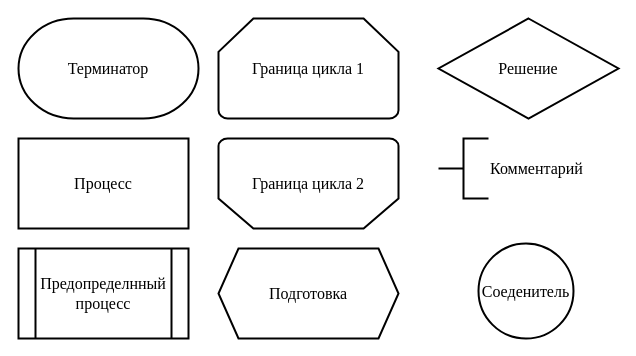
The draw.io diagram base alghoritms.drawio in lenferer/draw.io, before the edit. Source tidied: cells renumbered, new cells numbered last; positions are measured from the earlier drawing's top-left corner, leaving out a move shared by most shapes. Both pictures are drawn from the tidied source at 100%, with x=0, y=0 at pixel (18, 18).
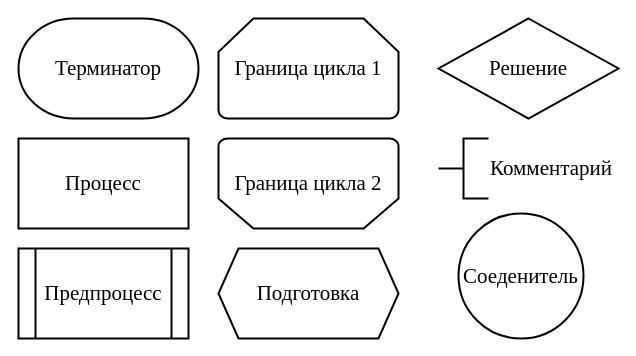
Above is the later version.

Diff of the diagram source:
```diff
@@
 <mxGraphModel>
   <root>
     <mxCell id="0" />
     <mxCell id="1" parent="0" />
-    <mxCell id="2" value="Терминатор" style="strokeWidth=2;html=1;shape=mxgraph.flowchart.terminator;whiteSpace=wrap;fontFamily=Times New Roman;fontSize=16;" parent="1" vertex="1">
+    <mxCell id="2" value="Терминатор" style="strokeWidth=2;html=1;shape=mxgraph.flowchart.terminator;whiteSpace=wrap;fontFamily=Times New Roman;fontSize=21;" parent="1" vertex="1">
       <mxGeometry width="180" height="100" as="geometry" />
     </mxCell>
-    <mxCell id="3" value="Процесс" style="rounded=0;whiteSpace=wrap;html=1;strokeWidth=2;fontFamily=Times New Roman;fontSize=16;" parent="1" vertex="1">
+    <mxCell id="3" value="Процесс" style="rounded=0;whiteSpace=wrap;html=1;strokeWidth=2;fontFamily=Times New Roman;fontSize=21;" parent="1" vertex="1">
       <mxGeometry y="120" width="170" height="90" as="geometry" />
     </mxCell>
-    <mxCell id="4" value="Предопределнный процесс" style="shape=process;whiteSpace=wrap;html=1;backgroundOutline=1;strokeWidth=2;fontFamily=Times New Roman;fontSize=16;" parent="1" vertex="1">
+    <mxCell id="4" value="Предпроцесс" style="shape=process;whiteSpace=wrap;html=1;backgroundOutline=1;strokeWidth=2;fontFamily=Times New Roman;fontSize=21;" parent="1" vertex="1">
       <mxGeometry y="230" width="170" height="90" as="geometry" />
     </mxCell>
-    <mxCell id="5" value="Решение" style="strokeWidth=2;html=1;shape=mxgraph.flowchart.decision;whiteSpace=wrap;fontFamily=Times New Roman;fontSize=16;" parent="1" vertex="1">
+    <mxCell id="5" value="Решение" style="strokeWidth=2;html=1;shape=mxgraph.flowchart.decision;whiteSpace=wrap;fontFamily=Times New Roman;fontSize=21;" parent="1" vertex="1">
       <mxGeometry x="420" width="180" height="100" as="geometry" />
     </mxCell>
-    <mxCell id="6" value="Граница цикла 1" style="strokeWidth=2;html=1;shape=mxgraph.flowchart.loop_limit;whiteSpace=wrap;fontFamily=Times New Roman;fontSize=16;" parent="1" vertex="1">
+    <mxCell id="6" value="Граница цикла 1" style="strokeWidth=2;html=1;shape=mxgraph.flowchart.loop_limit;whiteSpace=wrap;fontFamily=Times New Roman;fontSize=21;" parent="1" vertex="1">
       <mxGeometry x="200" width="180" height="100" as="geometry" />
     </mxCell>
-    <mxCell id="7" value="Граница цикла 2" style="strokeWidth=2;html=1;shape=mxgraph.flowchart.loop_limit;whiteSpace=wrap;direction=west;fontFamily=Times New Roman;fontSize=16;" parent="1" vertex="1">
+    <mxCell id="7" value="Граница цикла 2" style="strokeWidth=2;html=1;shape=mxgraph.flowchart.loop_limit;whiteSpace=wrap;direction=west;fontFamily=Times New Roman;fontSize=21;" parent="1" vertex="1">
       <mxGeometry x="200" y="120" width="180" height="90" as="geometry" />
     </mxCell>
-    <mxCell id="8" value="&lt;div style=&quot;font-size: 16px;&quot;&gt;Комментарий&lt;/div&gt;" style="strokeWidth=2;html=1;shape=mxgraph.flowchart.annotation_2;align=left;labelPosition=right;fontFamily=Times New Roman;fontSize=16;" parent="1" vertex="1">
+    <mxCell id="8" value="&lt;div style=&quot;font-size: 21px;&quot;&gt;Комментарий&lt;/div&gt;" style="strokeWidth=2;html=1;shape=mxgraph.flowchart.annotation_2;align=left;labelPosition=right;fontFamily=Times New Roman;fontSize=21;" parent="1" vertex="1">
       <mxGeometry x="420" y="120" width="50" height="60" as="geometry" />
     </mxCell>
-    <mxCell id="9" value="Подготовка" style="shape=hexagon;perimeter=hexagonPerimeter2;whiteSpace=wrap;html=1;fixedSize=1;fontFamily=Times New Roman;fontSize=16;strokeWidth=2;" parent="1" vertex="1">
+    <mxCell id="9" value="Подготовка" style="shape=hexagon;perimeter=hexagonPerimeter2;whiteSpace=wrap;html=1;fixedSize=1;fontFamily=Times New Roman;fontSize=21;strokeWidth=2;" parent="1" vertex="1">
       <mxGeometry x="200" y="230" width="180" height="90" as="geometry" />
     </mxCell>
-    <mxCell id="10" value="Соеденитель" style="ellipse;whiteSpace=wrap;html=1;fontFamily=Times New Roman;fontSize=16;strokeWidth=2;" parent="1" vertex="1">
-      <mxGeometry x="460" y="225" width="95" height="95" as="geometry" />
+    <mxCell id="10" value="Соеденитель" style="ellipse;whiteSpace=wrap;html=1;fontFamily=Times New Roman;fontSize=21;strokeWidth=2;" parent="1" vertex="1">
+      <mxGeometry x="440" y="195" width="125" height="125" as="geometry" />
     </mxCell>
   </root>
 </mxGraphModel>
```
